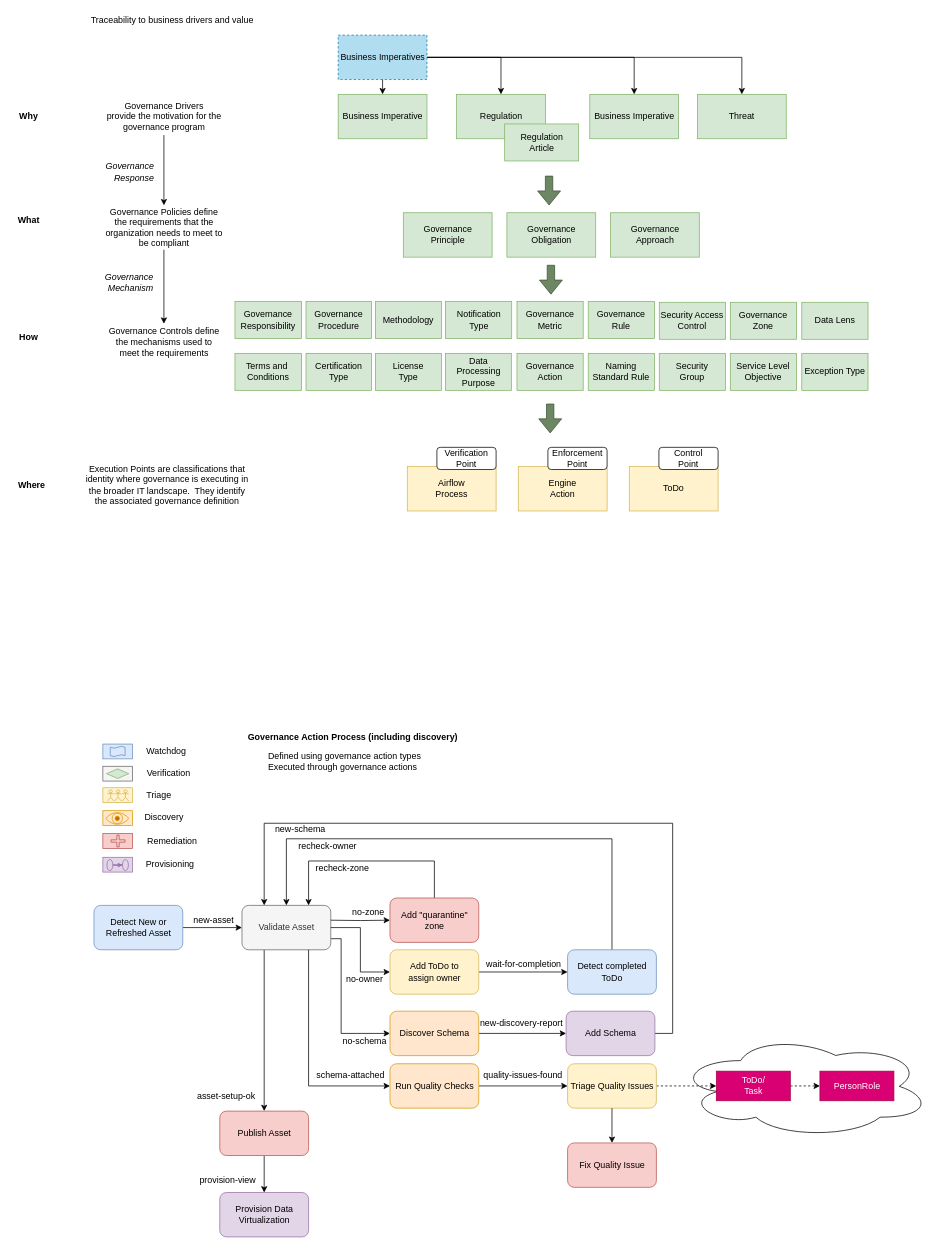
This is page "governance-definitions" (3 of 7) of site/docs/guides/planning/governance-program/governance-program-planning.drawio from odpi/egeria-docs, a draw.io file, before an edit. Source tidied: cells renumbered, new cells numbered last; positions are measured from the earlier drawing's top-left corner, leaving out a move shared by most shapes. Both pictures are drawn from the tidied source at 74%, with x=0, y=0 at pixel (12, 13).
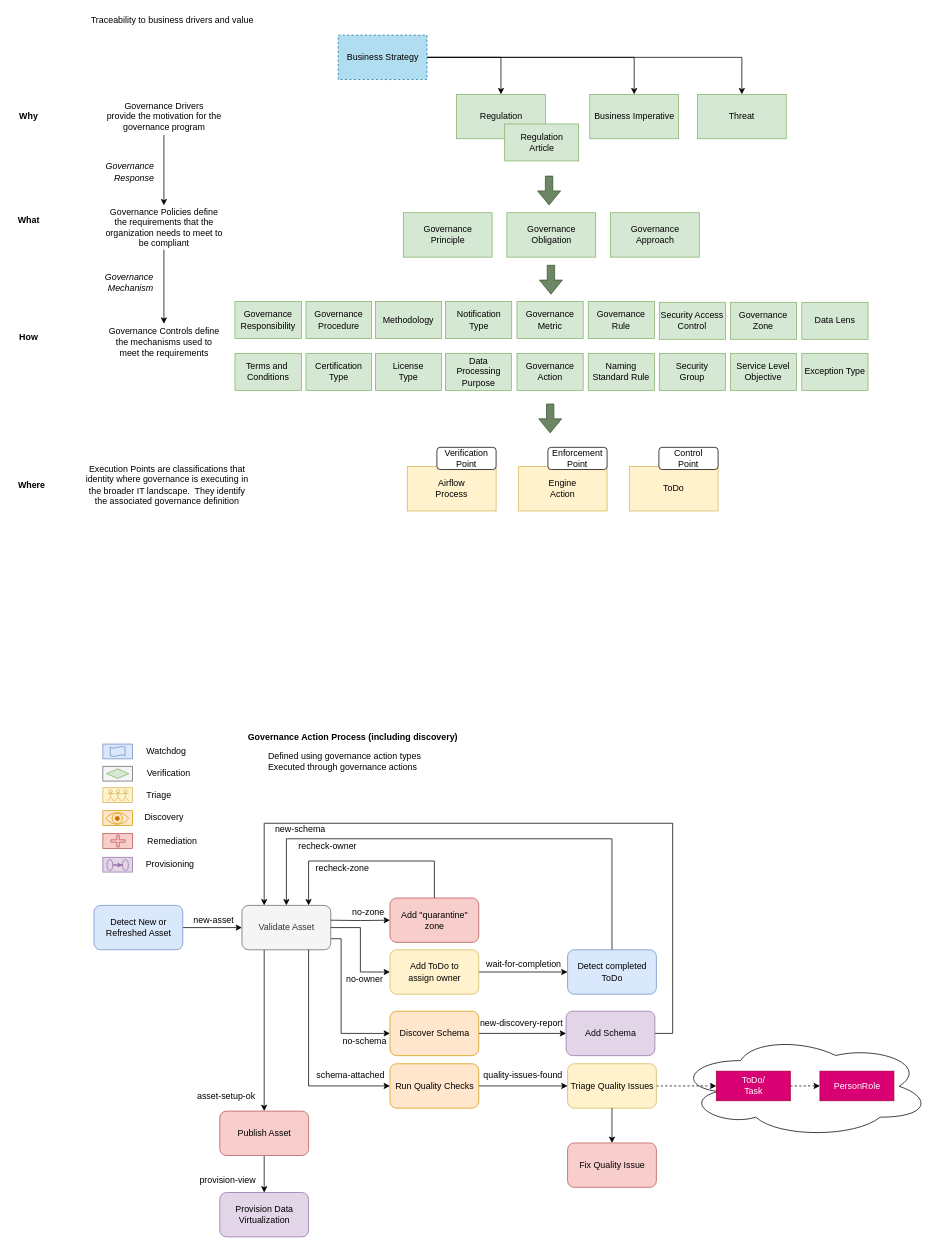
The same diagram, later.

Commit message (it also covers changes not shown here):
Improve governance definitions descriptions

The edit, as a diff of the source:
```diff
@@
-    <mxCell id="3" value="Business Imperative" style="rounded=0;whiteSpace=wrap;html=1;fillColor=#d5e8d4;strokeColor=#82b366;" parent="1" vertex="1">
-      <mxGeometry x="440.5" y="110" width="120" height="60" as="geometry" />
-    </mxCell>
@@
-    <mxCell id="11" value="Business Imperatives" style="rounded=0;whiteSpace=wrap;html=1;dashed=1;fillColor=#b1ddf0;strokeColor=#10739e;" parent="1" vertex="1">
+    <mxCell id="11" value="Business Strategy" style="rounded=0;whiteSpace=wrap;html=1;dashed=1;fillColor=#b1ddf0;strokeColor=#10739e;" parent="1" vertex="1">
       <mxGeometry x="440.5" y="30" width="120" height="60" as="geometry" />
     </mxCell>
-    <mxCell id="12" style="endArrow=classic;html=1;entryX=0.5;entryY=0;entryDx=0;entryDy=0;exitX=0.5;exitY=1;exitDx=0;exitDy=0;" parent="1" edge="1" source="11" target="3">
-      <mxGeometry relative="1" as="geometry" />
-    </mxCell>
```
